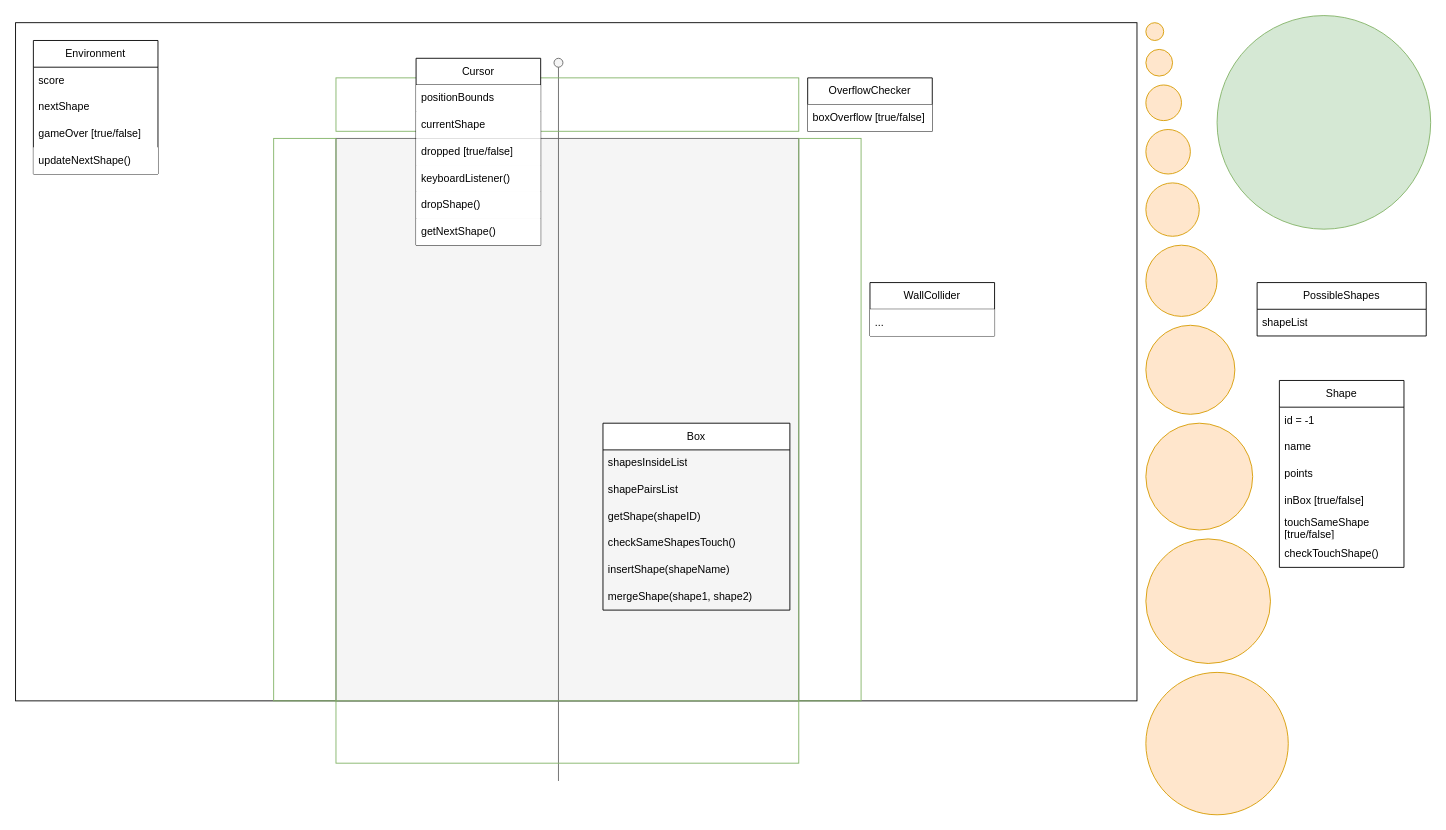
holistudio/minika keeps this draw.io diagram as page "classes" (2 of 2) of devlog/schematic.drawio. Above is the earlier version. Source tidied: cells renumbered, new cells numbered last; positions are measured from the earlier drawing's top-left corner, leaving out a move shared by most shapes. Both pictures are drawn from the tidied source at 89%, with x=0, y=0 at pixel (15, 15).
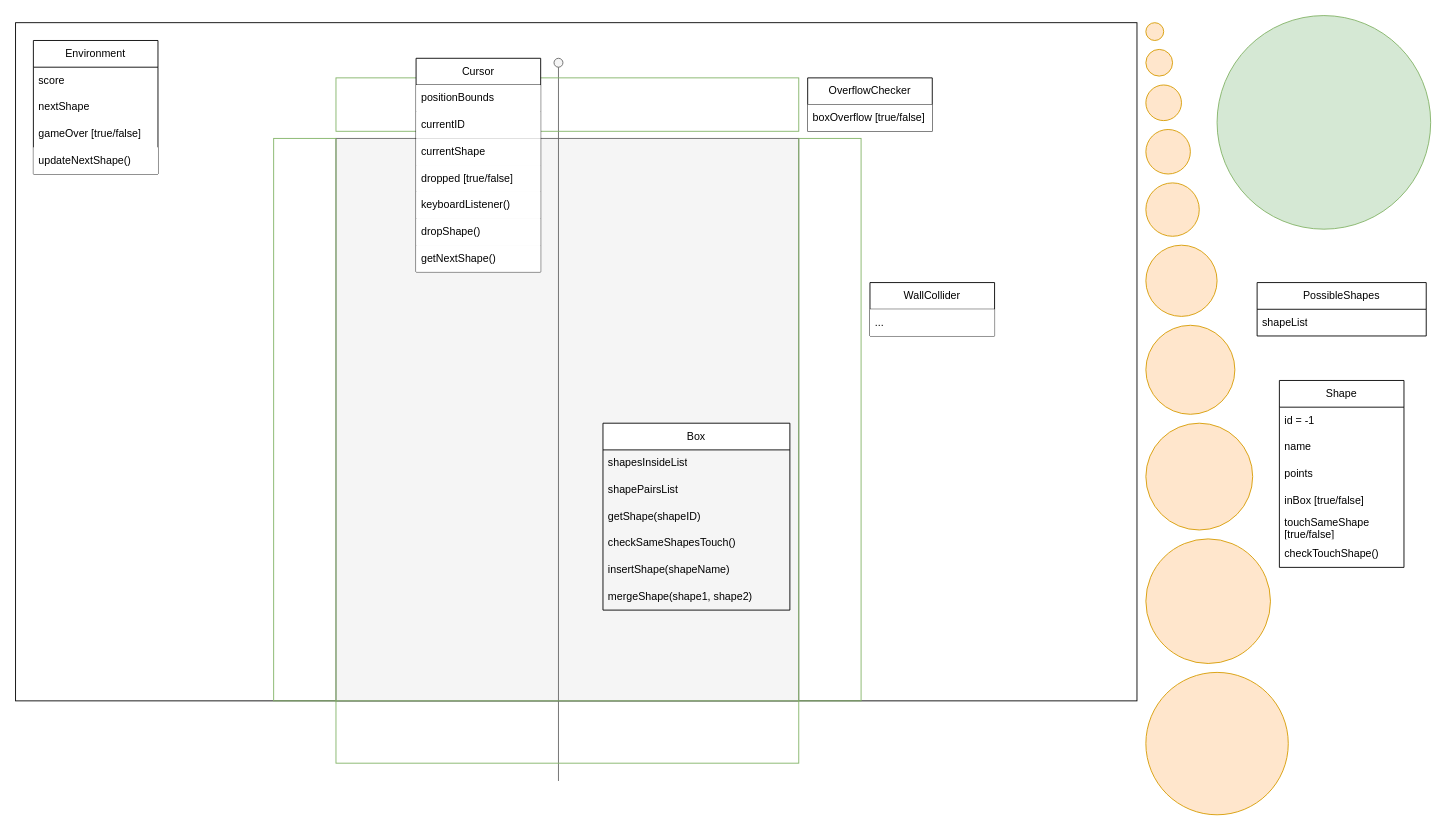
After the change.

Commit message (it also covers changes not shown here):
Revisit class definition

Cursor should assign an id to the shape using "currentID"

Change to the diagram source:
```diff
@@
     <mxCell id="37" value="Cursor" style="swimlane;fontStyle=0;horizontal=1;startSize=30;whiteSpace=wrap;html=1;labelBackgroundColor=none;" parent="1" vertex="1">
-      <mxGeometry x="450" y="48" width="140" height="210" as="geometry" />
+      <mxGeometry x="450" y="48" width="140" height="240" as="geometry" />
     </mxCell>
@@
+    <mxCell id="53" value="currentID" style="text;align=left;verticalAlign=middle;spacingLeft=4;spacingRight=4;overflow=hidden;whiteSpace=wrap;html=1;labelBackgroundColor=none;fillColor=default;" parent="37" vertex="1">
+      <mxGeometry y="60" width="140" height="30" as="geometry" />
+    </mxCell>
     <mxCell id="39" value="currentShape" style="text;align=left;verticalAlign=middle;spacingLeft=4;spacingRight=4;overflow=hidden;whiteSpace=wrap;html=1;labelBackgroundColor=none;fillColor=default;" parent="37" vertex="1">
-      <mxGeometry y="60" width="140" height="30" as="geometry" />
+      <mxGeometry y="90" width="140" height="30" as="geometry" />
     </mxCell>
     <mxCell id="40" value="dropped [true/false]" style="text;align=left;verticalAlign=middle;spacingLeft=4;spacingRight=4;overflow=hidden;whiteSpace=wrap;html=1;labelBackgroundColor=none;fillColor=default;" parent="37" vertex="1">
-      <mxGeometry y="90" width="140" height="30" as="geometry" />
+      <mxGeometry y="120" width="140" height="30" as="geometry" />
     </mxCell>
     <mxCell id="41" value="keyboardListener()" style="text;align=left;verticalAlign=middle;spacingLeft=4;spacingRight=4;overflow=hidden;whiteSpace=wrap;html=1;labelBackgroundColor=none;fillColor=default;" parent="37" vertex="1">
-      <mxGeometry y="120" width="140" height="30" as="geometry" />
+      <mxGeometry y="150" width="140" height="30" as="geometry" />
     </mxCell>
     <mxCell id="42" value="dropShape()" style="text;align=left;verticalAlign=middle;spacingLeft=4;spacingRight=4;overflow=hidden;whiteSpace=wrap;html=1;labelBackgroundColor=none;fillColor=default;" parent="37" vertex="1">
-      <mxGeometry y="150" width="140" height="30" as="geometry" />
+      <mxGeometry y="180" width="140" height="30" as="geometry" />
     </mxCell>
     <mxCell id="43" value="getNextShape()" style="text;align=left;verticalAlign=middle;spacingLeft=4;spacingRight=4;overflow=hidden;whiteSpace=wrap;html=1;labelBackgroundColor=none;fillColor=default;" parent="37" vertex="1">
-      <mxGeometry y="180" width="140" height="30" as="geometry" />
+      <mxGeometry y="210" width="140" height="30" as="geometry" />
     </mxCell>
```
